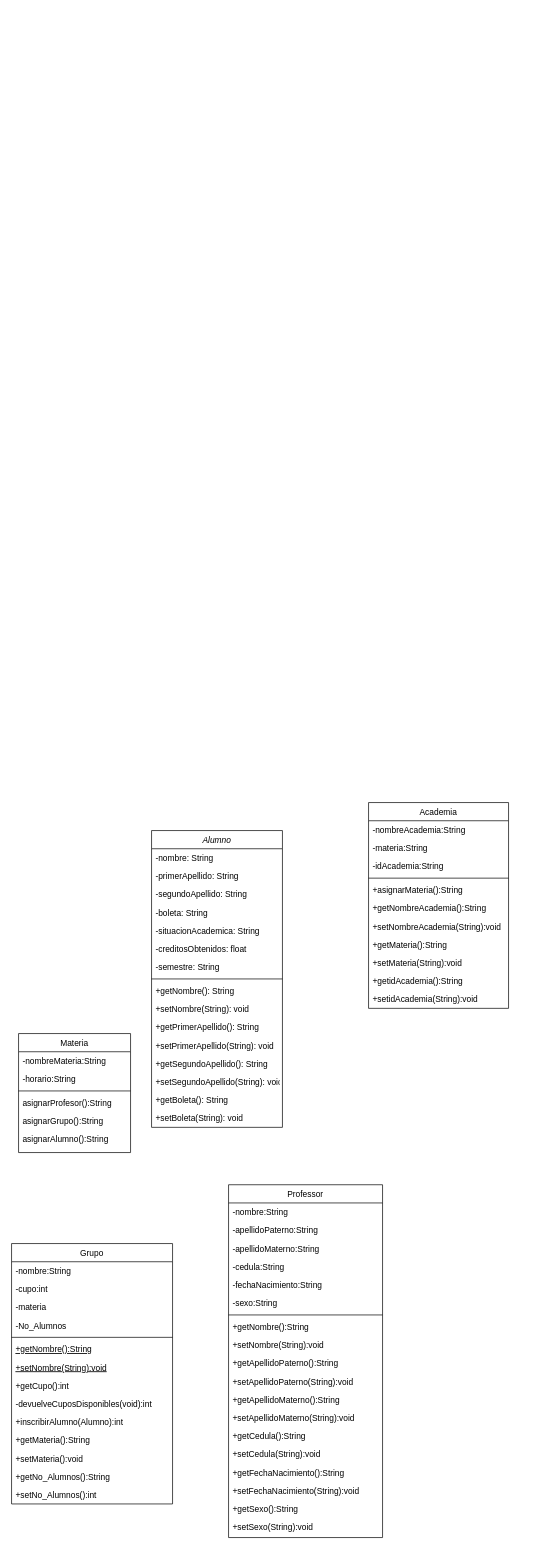
Earlier version of the draw.io diagram diagramaPrincipal.drawio (a2772/J-001-ProyectosCurso). Source tidied: cells renumbered, new cells numbered last; positions are measured from the earlier drawing's top-left corner, leaving out a move shared by most shapes. Both pictures are drawn from the tidied source at 70%, with x=0, y=0 at pixel (11, 802).
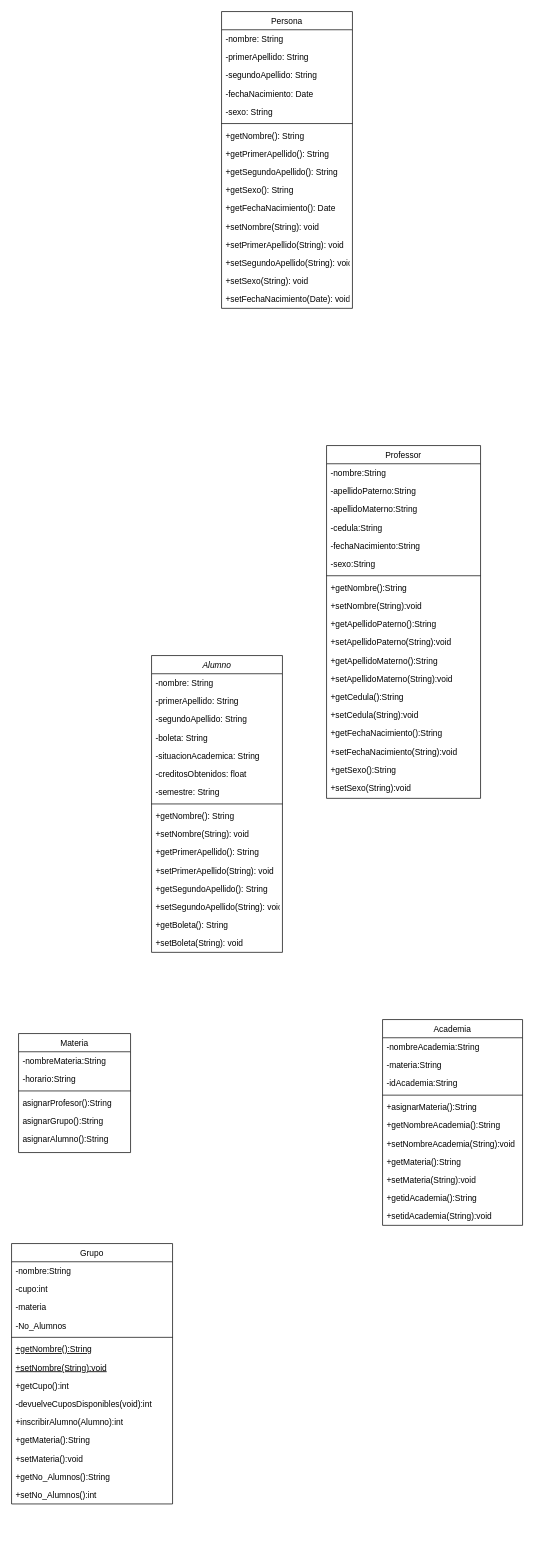
After the change.

Commit message:
Class Persona added

Diff of the diagram source:
```diff
@@
     <mxCell id="2" value="Alumno" style="swimlane;fontStyle=2;align=center;verticalAlign=top;horizontal=1;startSize=26;rounded=0;shadow=0;strokeWidth=1;" parent="1" vertex="1">
-      <mxGeometry x="200" y="40" width="187" height="424" as="geometry" />
+      <mxGeometry x="200" y="-210" width="187" height="424" as="geometry" />
     </mxCell>
@@
     <mxCell id="34" value="Professor" style="swimlane;fontStyle=0;align=center;verticalAlign=top;horizontal=1;startSize=26;rounded=0;shadow=0;strokeWidth=1;" parent="1" vertex="1">
-      <mxGeometry x="310" y="546" width="220" height="504" as="geometry" />
+      <mxGeometry x="450" y="-510" width="220" height="504" as="geometry" />
     </mxCell>
@@
     <mxCell id="61" value="Academia" style="swimlane;fontStyle=0;align=center;verticalAlign=top;horizontal=1;startSize=26;rounded=0;shadow=0;strokeWidth=1;" parent="1" vertex="1">
-      <mxGeometry x="510" width="200" height="294" as="geometry" />
+      <mxGeometry x="530" y="310" width="200" height="294" as="geometry" />
     </mxCell>
@@
+    <mxCell id="73" value="Persona" style="swimlane;fontStyle=0;align=center;verticalAlign=top;horizontal=1;startSize=26;rounded=0;shadow=0;strokeWidth=1;" parent="1" vertex="1">
+      <mxGeometry x="300" y="-1130" width="187" height="424" as="geometry" />
+    </mxCell>
+    <mxCell id="74" value="-nombre: String" style="text;align=left;verticalAlign=top;spacingLeft=4;spacingRight=4;overflow=hidden;" parent="73" vertex="1">
+      <mxGeometry y="26" width="187" height="26" as="geometry" />
+    </mxCell>
+    <mxCell id="75" value="-primerApellido: String" style="text;align=left;verticalAlign=top;spacingLeft=4;spacingRight=4;overflow=hidden;" parent="73" vertex="1">
+      <mxGeometry y="52" width="187" height="26" as="geometry" />
+    </mxCell>
+    <mxCell id="76" value="-segundoApellido: String" style="text;align=left;verticalAlign=top;spacingLeft=4;spacingRight=4;overflow=hidden;" parent="73" vertex="1">
+      <mxGeometry y="78" width="187" height="26" as="geometry" />
+    </mxCell>
+    <mxCell id="77" value="-fechaNacimiento: Date" style="text;align=left;verticalAlign=top;spacingLeft=4;spacingRight=4;overflow=hidden;" parent="73" vertex="1">
+      <mxGeometry y="104" width="187" height="26" as="geometry" />
+    </mxCell>
+    <mxCell id="78" value="-sexo: String" style="text;align=left;verticalAlign=top;spacingLeft=4;spacingRight=4;overflow=hidden;" parent="73" vertex="1">
+      <mxGeometry y="130" width="187" height="26" as="geometry" />
+    </mxCell>
+    <mxCell id="79" style="line;html=1;strokeWidth=1;align=left;verticalAlign=middle;spacingTop=-1;spacingLeft=3;spacingRight=3;labelPosition=right;" parent="73" vertex="1">
+      <mxGeometry y="156" width="187" height="8" as="geometry" />
+    </mxCell>
+    <mxCell id="80" value="+getNombre(): String" style="text;align=left;verticalAlign=top;spacingLeft=4;spacingRight=4;overflow=hidden;" parent="73" vertex="1">
+      <mxGeometry y="164" width="187" height="26" as="geometry" />
+    </mxCell>
+    <mxCell id="81" value="+getPrimerApellido(): String" style="text;align=left;verticalAlign=top;spacingLeft=4;spacingRight=4;overflow=hidden;" parent="73" vertex="1">
+      <mxGeometry y="190" width="187" height="26" as="geometry" />
+    </mxCell>
+    <mxCell id="82" value="+getSegundoApellido(): String" style="text;align=left;verticalAlign=top;spacingLeft=4;spacingRight=4;overflow=hidden;" parent="73" vertex="1">
+      <mxGeometry y="216" width="187" height="26" as="geometry" />
+    </mxCell>
+    <mxCell id="83" value="+getSexo(): String" style="text;align=left;verticalAlign=top;spacingLeft=4;spacingRight=4;overflow=hidden;" parent="73" vertex="1">
+      <mxGeometry y="242" width="187" height="26" as="geometry" />
+    </mxCell>
+    <mxCell id="84" value="+getFechaNacimiento(): Date" style="text;align=left;verticalAlign=top;spacingLeft=4;spacingRight=4;overflow=hidden;" parent="73" vertex="1">
+      <mxGeometry y="268" width="187" height="26" as="geometry" />
+    </mxCell>
+    <mxCell id="85" value="+setNombre(String): void" style="text;align=left;verticalAlign=top;spacingLeft=4;spacingRight=4;overflow=hidden;" parent="73" vertex="1">
+      <mxGeometry y="294" width="187" height="26" as="geometry" />
+    </mxCell>
+    <mxCell id="86" value="+setPrimerApellido(String): void" style="text;align=left;verticalAlign=top;spacingLeft=4;spacingRight=4;overflow=hidden;" parent="73" vertex="1">
+      <mxGeometry y="320" width="187" height="26" as="geometry" />
+    </mxCell>
+    <mxCell id="87" value="+setSegundoApellido(String): void" style="text;align=left;verticalAlign=top;spacingLeft=4;spacingRight=4;overflow=hidden;" parent="73" vertex="1">
+      <mxGeometry y="346" width="187" height="26" as="geometry" />
+    </mxCell>
+    <mxCell id="88" value="+setSexo(String): void" style="text;align=left;verticalAlign=top;spacingLeft=4;spacingRight=4;overflow=hidden;" parent="73" vertex="1">
+      <mxGeometry y="372" width="187" height="26" as="geometry" />
+    </mxCell>
+    <mxCell id="89" value="+setFechaNacimiento(Date): void" style="text;align=left;verticalAlign=top;spacingLeft=4;spacingRight=4;overflow=hidden;" parent="73" vertex="1">
+      <mxGeometry y="398" width="187" height="26" as="geometry" />
+    </mxCell>
```
